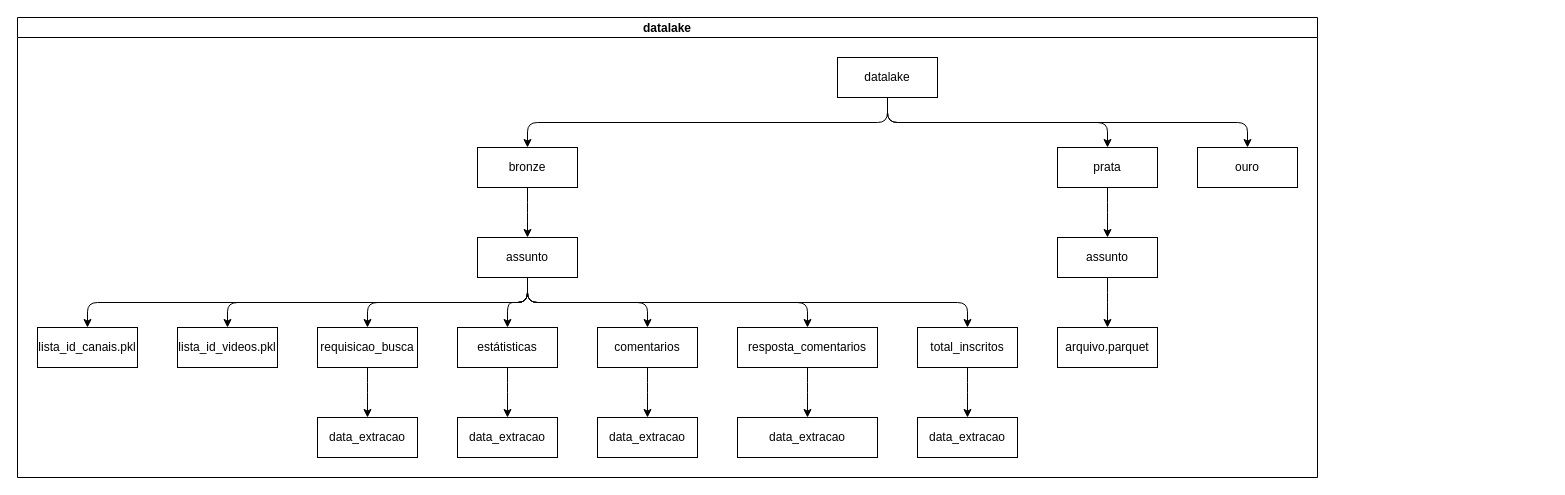
Earlier version of the draw.io diagram docs/arquitertura_dl.drawio (rodrigorocha1/arquitetura_youtube). Source tidied: cells renumbered, new cells numbered last; positions are measured from the earlier drawing's top-left corner, leaving out a move shared by most shapes. Both pictures are drawn from the tidied source at 100%, with x=0, y=0 at pixel (17, 17).
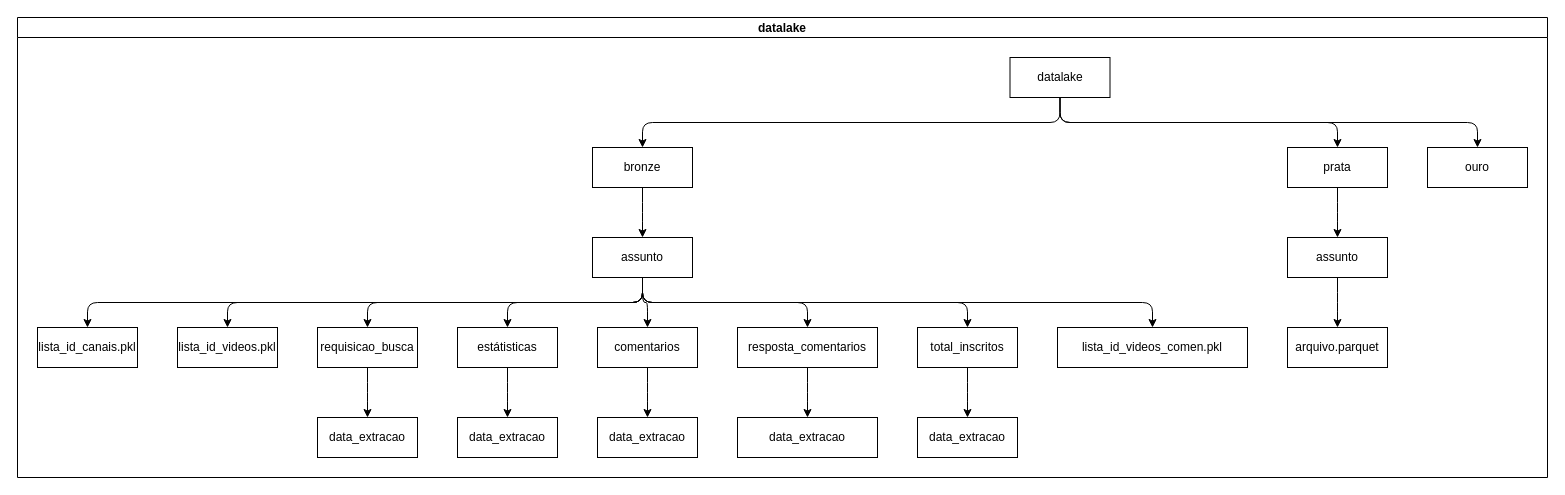
After the change.

Diff of the diagram source:
```diff
@@
     <mxCell id="2" value="datalake" style="swimlane;startSize=20;horizontal=1;horizontalTree=0;containerType=tree;fontSize=12;" parent="1" vertex="1">
-      <mxGeometry width="1300" height="460" as="geometry" />
+      <mxGeometry width="1530" height="460" as="geometry" />
     </mxCell>
     <mxCell id="3" value="datalake" style="whiteSpace=wrap;html=1;" parent="2" vertex="1">
-      <mxGeometry x="820" y="40" width="100" height="40" as="geometry" />
+      <mxGeometry x="992.5" y="40" width="100" height="40" as="geometry" />
     </mxCell>
     <mxCell id="4" value="bronze" style="whiteSpace=wrap;html=1;" parent="2" vertex="1">
-      <mxGeometry x="460" y="130" width="100" height="40" as="geometry" />
+      <mxGeometry x="575" y="130" width="100" height="40" as="geometry" />
     </mxCell>
@@
     <mxCell id="6" value="prata" style="whiteSpace=wrap;html=1;" parent="2" vertex="1">
-      <mxGeometry x="1040" y="130" width="100" height="40" as="geometry" />
+      <mxGeometry x="1270" y="130" width="100" height="40" as="geometry" />
     </mxCell>
@@
     <mxCell id="9" value="ouro" style="whiteSpace=wrap;html=1;" parent="2" vertex="1">
-      <mxGeometry x="1180" y="130" width="100" height="40" as="geometry" />
+      <mxGeometry x="1410" y="130" width="100" height="40" as="geometry" />
     </mxCell>
@@
     <mxCell id="11" value="assunto" style="whiteSpace=wrap;html=1;" parent="2" vertex="1">
-      <mxGeometry x="460" y="220" width="100" height="40" as="geometry" />
+      <mxGeometry x="575" y="220" width="100" height="40" as="geometry" />
     </mxCell>
@@
     <mxCell id="25" value="assunto" style="whiteSpace=wrap;html=1;" parent="2" vertex="1">
-      <mxGeometry x="1040" y="220" width="100" height="40" as="geometry" />
+      <mxGeometry x="1270" y="220" width="100" height="40" as="geometry" />
     </mxCell>
@@
     <mxCell id="27" value="arquivo.parquet" style="whiteSpace=wrap;html=1;" parent="2" vertex="1">
-      <mxGeometry x="1040" y="310" width="100" height="40" as="geometry" />
+      <mxGeometry x="1270" y="310" width="100" height="40" as="geometry" />
     </mxCell>
@@
+    <mxCell id="40" style="edgeStyle=elbowEdgeStyle;elbow=vertical;html=1;rounded=1;curved=0;sourcePerimeterSpacing=0;targetPerimeterSpacing=0;startSize=6;endSize=6;" parent="2" edge="1" source="11" target="41">
+      <mxGeometry relative="1" as="geometry" />
+    </mxCell>
+    <mxCell id="41" value="lista_id_videos_comen&lt;span style=&quot;background-color: initial;&quot;&gt;.pkl&lt;/span&gt;" style="whiteSpace=wrap;html=1;" parent="2" vertex="1">
+      <mxGeometry x="1040" y="310" width="190" height="40" as="geometry" />
+    </mxCell>
```
